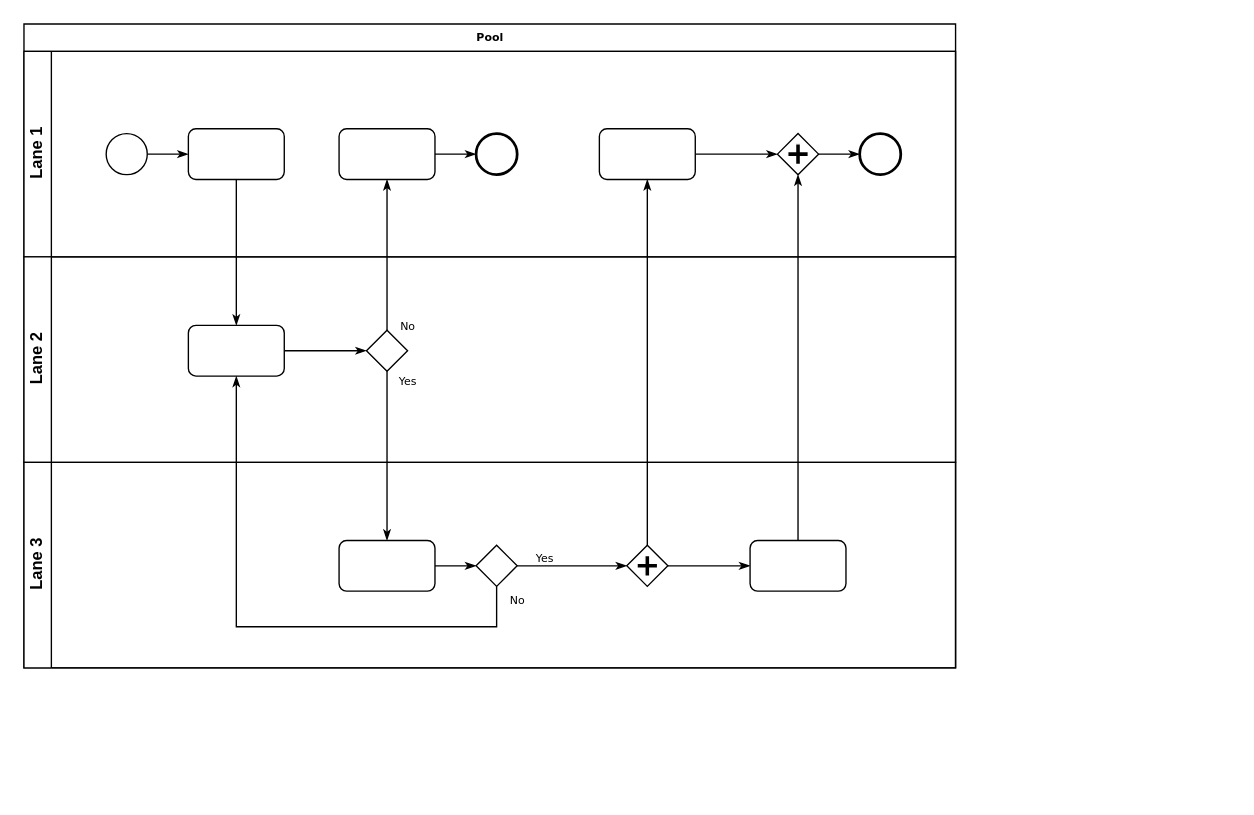
This is Untitled Diagram.drawio from weedavedev/pathway, a draw.io file, before an edit. Source tidied: cells renumbered, new cells numbered last; positions are measured from the earlier drawing's top-left corner, leaving out a move shared by most shapes. Both pictures are drawn from the tidied source at 137%, with x=0, y=0 at pixel (23, 23).
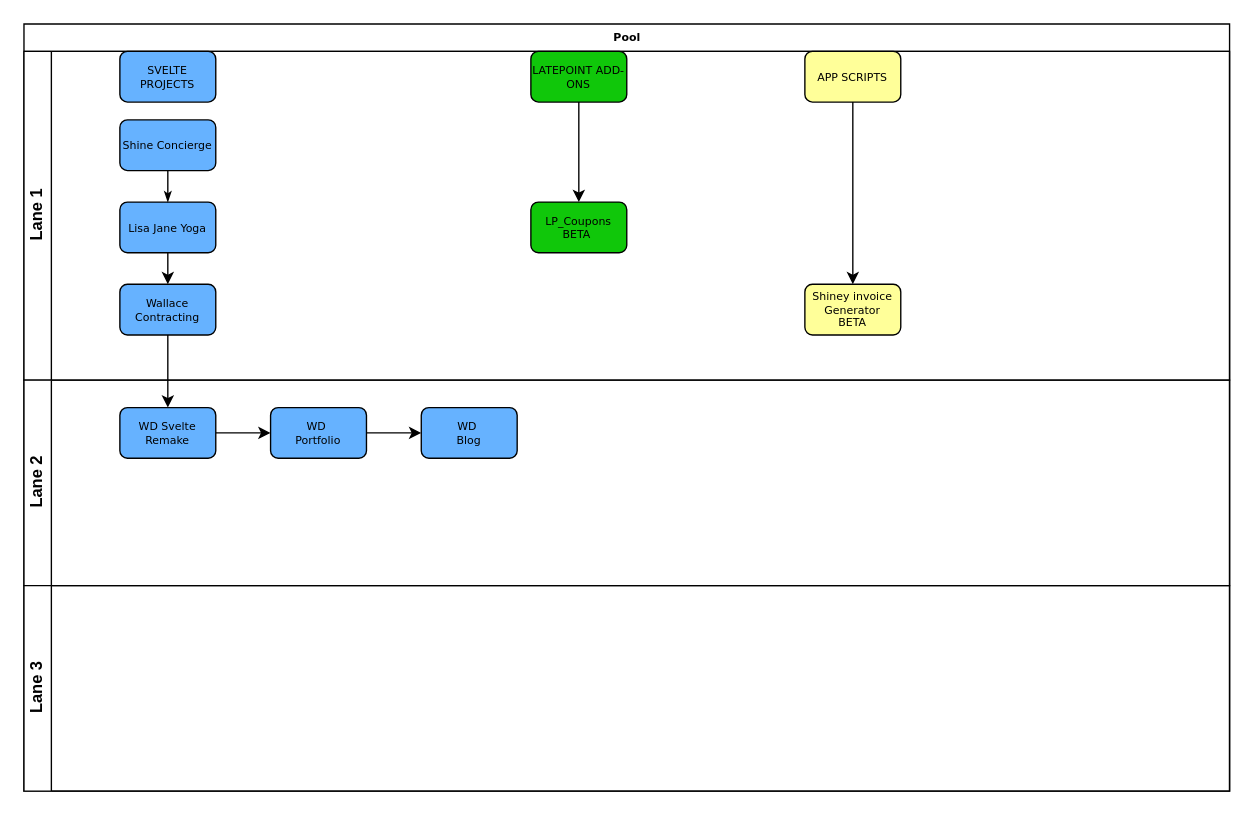
Above is the later version.

Commit message:
Stage one DRAFT

Diff of the diagram source:
```diff
@@
     <mxCell id="2" value="Pool" style="swimlane;html=1;horizontal=1;startSize=20;rounded=0;shadow=0;labelBackgroundColor=none;strokeWidth=1;fontFamily=Verdana;fontSize=8;align=center;" parent="1" vertex="1">
-      <mxGeometry width="680" height="470" as="geometry" />
+      <mxGeometry width="880" height="560" as="geometry" />
     </mxCell>
     <mxCell id="3" value="Lane 1" style="swimlane;html=1;startSize=20;horizontal=0;" parent="2" vertex="1">
-      <mxGeometry y="20" width="680" height="150" as="geometry" />
+      <mxGeometry y="20" width="880" height="240" as="geometry" />
     </mxCell>
-    <mxCell id="4" style="edgeStyle=orthogonalEdgeStyle;rounded=0;html=1;labelBackgroundColor=none;startArrow=none;startFill=0;startSize=5;endArrow=classicThin;endFill=1;endSize=5;jettySize=auto;strokeWidth=1;fontFamily=Verdana;fontSize=8;" parent="3" edge="1" source="5" target="6">
-      <mxGeometry relative="1" as="geometry" />
-    </mxCell>
-    <mxCell id="5" style="ellipse;whiteSpace=wrap;html=1;rounded=0;shadow=0;labelBackgroundColor=none;strokeWidth=1;fontFamily=Verdana;fontSize=8;align=center;" parent="3" vertex="1">
-      <mxGeometry x="60" y="60" width="30" height="30" as="geometry" />
-    </mxCell>
-    <mxCell id="6" style="rounded=1;whiteSpace=wrap;html=1;shadow=0;labelBackgroundColor=none;strokeWidth=1;fontFamily=Verdana;fontSize=8;align=center;" parent="3" vertex="1">
-      <mxGeometry x="120" y="56.5" width="70" height="37" as="geometry" />
+    <mxCell id="6" value="Shine Concierge" style="rounded=1;whiteSpace=wrap;html=1;shadow=0;labelBackgroundColor=none;strokeWidth=1;fontFamily=Verdana;fontSize=8;align=center;fillColor=#66B2FF;" parent="3" vertex="1">
+      <mxGeometry x="70" y="50" width="70" height="37" as="geometry" />
     </mxCell>
-    <mxCell id="7" style="edgeStyle=orthogonalEdgeStyle;rounded=0;html=1;labelBackgroundColor=none;startArrow=none;startFill=0;startSize=5;endArrow=classicThin;endFill=1;endSize=5;jettySize=auto;strokeWidth=1;fontFamily=Verdana;fontSize=8;" parent="3" edge="1" source="8" target="9">
-      <mxGeometry relative="1" as="geometry" />
-    </mxCell>
-    <mxCell id="8" style="rounded=1;whiteSpace=wrap;html=1;shadow=0;labelBackgroundColor=none;strokeWidth=1;fontFamily=Verdana;fontSize=8;align=center;" parent="3" vertex="1">
-      <mxGeometry x="230" y="56.5" width="70" height="37" as="geometry" />
-    </mxCell>
-    <mxCell id="9" style="ellipse;whiteSpace=wrap;html=1;rounded=0;shadow=0;labelBackgroundColor=none;strokeWidth=2;fontFamily=Verdana;fontSize=8;align=center;" parent="3" vertex="1">
-      <mxGeometry x="330" y="60" width="30" height="30" as="geometry" />
-    </mxCell>
-    <mxCell id="10" style="edgeStyle=orthogonalEdgeStyle;rounded=0;html=1;entryX=0;entryY=0.5;labelBackgroundColor=none;startArrow=none;startFill=0;startSize=5;endArrow=classicThin;endFill=1;endSize=5;jettySize=auto;strokeWidth=1;fontFamily=Verdana;fontSize=8;" parent="3" edge="1" source="11" target="13">
-      <mxGeometry relative="1" as="geometry" />
-    </mxCell>
-    <mxCell id="11" style="rounded=1;whiteSpace=wrap;html=1;shadow=0;labelBackgroundColor=none;strokeWidth=1;fontFamily=Verdana;fontSize=8;align=center;" parent="3" vertex="1">
-      <mxGeometry x="420" y="56.5" width="70" height="37" as="geometry" />
-    </mxCell>
-    <mxCell id="12" style="edgeStyle=orthogonalEdgeStyle;rounded=0;html=1;labelBackgroundColor=none;startArrow=none;startFill=0;startSize=5;endArrow=classicThin;endFill=1;endSize=5;jettySize=auto;strokeWidth=1;fontFamily=Verdana;fontSize=8;" parent="3" edge="1" source="13" target="14">
-      <mxGeometry relative="1" as="geometry" />
-    </mxCell>
-    <mxCell id="13" style="shape=mxgraph.bpmn.shape;html=1;verticalLabelPosition=bottom;labelBackgroundColor=#ffffff;verticalAlign=top;perimeter=rhombusPerimeter;background=gateway;outline=none;symbol=parallelGw;rounded=1;shadow=0;strokeWidth=1;fontFamily=Verdana;fontSize=8;align=center;" parent="3" vertex="1">
-      <mxGeometry x="550" y="60" width="30" height="30" as="geometry" />
-    </mxCell>
-    <mxCell id="14" style="ellipse;whiteSpace=wrap;html=1;rounded=0;shadow=0;labelBackgroundColor=none;strokeWidth=2;fontFamily=Verdana;fontSize=8;align=center;" parent="3" vertex="1">
-      <mxGeometry x="610" y="60" width="30" height="30" as="geometry" />
-    </mxCell>
+    <mxCell id="33" value="SVELTE PROJECTS" style="rounded=1;whiteSpace=wrap;html=1;shadow=0;labelBackgroundColor=none;strokeWidth=1;fontFamily=Verdana;fontSize=8;align=center;fillColor=#66B2FF;" parent="3" vertex="1">
+      <mxGeometry x="70" width="70" height="37" as="geometry" />
+    </mxCell>
+    <mxCell id="34" style="edgeStyle=orthogonalEdgeStyle;rounded=0;jettySize=auto;html=1;" parent="3" edge="1" source="35" target="37">
+      <mxGeometry relative="1" as="geometry" />
+    </mxCell>
+    <mxCell id="35" value="LATEPOINT ADD-ONS" style="rounded=1;whiteSpace=wrap;html=1;shadow=0;labelBackgroundColor=none;strokeWidth=1;fontFamily=Verdana;fontSize=8;align=center;fillColor=#10C70A;" parent="3" vertex="1">
+      <mxGeometry x="370" width="70" height="37" as="geometry" />
+    </mxCell>
+    <mxCell id="36" value="APP SCRIPTS" style="rounded=1;whiteSpace=wrap;html=1;shadow=0;labelBackgroundColor=none;strokeWidth=1;fontFamily=Verdana;fontSize=8;align=center;fillColor=#FFFF99;" parent="3" vertex="1">
+      <mxGeometry x="570" width="70" height="37" as="geometry" />
+    </mxCell>
+    <mxCell id="37" value="LP_Coupons&lt;br&gt;BETA&amp;nbsp;" style="rounded=1;whiteSpace=wrap;html=1;shadow=0;labelBackgroundColor=none;strokeWidth=1;fontFamily=Verdana;fontSize=8;align=center;fillColor=#10C70A;" parent="3" vertex="1">
+      <mxGeometry x="370" y="110" width="70" height="37" as="geometry" />
+    </mxCell>
+    <mxCell id="17" value="Lisa Jane Yoga" style="rounded=1;whiteSpace=wrap;html=1;shadow=0;labelBackgroundColor=none;strokeWidth=1;fontFamily=Verdana;fontSize=8;align=center;fillColor=#66B2FF;" parent="3" vertex="1">
+      <mxGeometry x="70" y="110" width="70" height="37" as="geometry" />
+    </mxCell>
+    <mxCell id="27" style="edgeStyle=orthogonalEdgeStyle;rounded=0;html=1;labelBackgroundColor=none;startArrow=none;startFill=0;startSize=5;endArrow=classicThin;endFill=1;endSize=5;jettySize=auto;strokeWidth=1;fontFamily=Verdana;fontSize=8;" parent="3" edge="1" source="6" target="17">
+      <mxGeometry relative="1" as="geometry" />
+    </mxCell>
+    <mxCell id="38" value="Wallace Contracting" style="rounded=1;whiteSpace=wrap;html=1;shadow=0;labelBackgroundColor=none;strokeWidth=1;fontFamily=Verdana;fontSize=8;align=center;fillColor=#66B2FF;" parent="3" vertex="1">
+      <mxGeometry x="70" y="170" width="70" height="37" as="geometry" />
+    </mxCell>
+    <mxCell id="39" style="endArrow=classic;html=1;rounded=0;exitX=0.5;exitY=1;exitDx=0;exitDy=0;entryX=0.5;entryY=0;entryDx=0;entryDy=0;" parent="3" edge="1" source="17" target="38">
+      <mxGeometry relative="1" as="geometry" />
+    </mxCell>
+    <mxCell id="40" value="Shiney invoice Generator&lt;br&gt;BETA" style="rounded=1;whiteSpace=wrap;html=1;shadow=0;labelBackgroundColor=none;strokeWidth=1;fontFamily=Verdana;fontSize=8;align=center;fillColor=#FFFF99;" parent="3" vertex="1">
+      <mxGeometry x="570" y="170" width="70" height="37" as="geometry" />
+    </mxCell>
+    <mxCell id="41" style="edgeStyle=orthogonalEdgeStyle;rounded=0;jettySize=auto;html=1;entryX=0.5;entryY=0;entryDx=0;entryDy=0;" parent="3" edge="1" source="36" target="40">
+      <mxGeometry relative="1" as="geometry" />
+    </mxCell>
     <mxCell id="15" value="Lane 2" style="swimlane;html=1;startSize=20;horizontal=0;" parent="2" vertex="1">
-      <mxGeometry y="170" width="680" height="150" as="geometry" />
+      <mxGeometry y="260" width="880" height="150" as="geometry" />
     </mxCell>
-    <mxCell id="16" style="edgeStyle=orthogonalEdgeStyle;rounded=0;html=1;labelBackgroundColor=none;startArrow=none;startFill=0;startSize=5;endArrow=classicThin;endFill=1;endSize=5;jettySize=auto;strokeWidth=1;fontFamily=Verdana;fontSize=8;" parent="15" edge="1" source="17" target="18">
-      <mxGeometry relative="1" as="geometry" />
-    </mxCell>
-    <mxCell id="17" style="rounded=1;whiteSpace=wrap;html=1;shadow=0;labelBackgroundColor=none;strokeWidth=1;fontFamily=Verdana;fontSize=8;align=center;" parent="15" vertex="1">
-      <mxGeometry x="120" y="50" width="70" height="37" as="geometry" />
-    </mxCell>
-    <mxCell id="18" style="strokeWidth=1;html=1;shape=mxgraph.flowchart.decision;whiteSpace=wrap;rounded=1;shadow=0;labelBackgroundColor=none;fontFamily=Verdana;fontSize=8;align=center;" parent="15" vertex="1">
-      <mxGeometry x="250" y="53.5" width="30" height="30" as="geometry" />
-    </mxCell>
+    <mxCell id="42" style="edgeStyle=orthogonalEdgeStyle;rounded=0;jettySize=auto;html=1;" parent="15" edge="1" source="43" target="45">
+      <mxGeometry relative="1" as="geometry" />
+    </mxCell>
+    <mxCell id="43" value="WD Svelte Remake" style="rounded=1;whiteSpace=wrap;html=1;shadow=0;labelBackgroundColor=none;strokeWidth=1;fontFamily=Verdana;fontSize=8;align=center;fillColor=#66B2FF;" parent="15" vertex="1">
+      <mxGeometry x="70" y="20" width="70" height="37" as="geometry" />
+    </mxCell>
+    <mxCell id="44" style="edgeStyle=orthogonalEdgeStyle;rounded=0;jettySize=auto;html=1;" parent="15" edge="1" source="45" target="46">
+      <mxGeometry relative="1" as="geometry" />
+    </mxCell>
+    <mxCell id="45" value="WD&amp;nbsp;&lt;br&gt;Portfolio" style="rounded=1;whiteSpace=wrap;html=1;shadow=0;labelBackgroundColor=none;strokeWidth=1;fontFamily=Verdana;fontSize=8;align=center;fillColor=#66B2FF;" parent="15" vertex="1">
+      <mxGeometry x="180" y="20" width="70" height="37" as="geometry" />
+    </mxCell>
+    <mxCell id="46" value="WD&amp;nbsp;&lt;br&gt;Blog" style="rounded=1;whiteSpace=wrap;html=1;shadow=0;labelBackgroundColor=none;strokeWidth=1;fontFamily=Verdana;fontSize=8;align=center;fillColor=#66B2FF;" parent="15" vertex="1">
+      <mxGeometry x="290" y="20" width="70" height="37" as="geometry" />
+    </mxCell>
     <mxCell id="19" value="Lane 3" style="swimlane;html=1;startSize=20;horizontal=0;" parent="2" vertex="1">
-      <mxGeometry y="320" width="680" height="150" as="geometry" />
+      <mxGeometry y="410" width="880" height="150" as="geometry" />
     </mxCell>
-    <mxCell id="20" style="edgeStyle=orthogonalEdgeStyle;rounded=0;html=1;labelBackgroundColor=none;startArrow=none;startFill=0;startSize=5;endArrow=classicThin;endFill=1;endSize=5;jettySize=auto;strokeWidth=1;fontFamily=Verdana;fontSize=8;" parent="19" edge="1" source="21" target="23">
-      <mxGeometry relative="1" as="geometry" />
-    </mxCell>
-    <mxCell id="21" style="rounded=1;whiteSpace=wrap;html=1;shadow=0;labelBackgroundColor=none;strokeWidth=1;fontFamily=Verdana;fontSize=8;align=center;" parent="19" vertex="1">
-      <mxGeometry x="230" y="57" width="70" height="37" as="geometry" />
-    </mxCell>
-    <mxCell id="22" value="Yes" style="edgeStyle=orthogonalEdgeStyle;rounded=0;html=1;entryX=0;entryY=0.5;labelBackgroundColor=none;startArrow=none;startFill=0;startSize=5;endArrow=classicThin;endFill=1;endSize=5;jettySize=auto;strokeWidth=1;fontFamily=Verdana;fontSize=8;" parent="19" edge="1" source="23" target="25">
-      <mxGeometry x="-0.5" y="6" relative="1" as="geometry" />
-    </mxCell>
-    <mxCell id="23" style="strokeWidth=1;html=1;shape=mxgraph.flowchart.decision;whiteSpace=wrap;rounded=1;shadow=0;labelBackgroundColor=none;fontFamily=Verdana;fontSize=8;align=center;" parent="19" vertex="1">
-      <mxGeometry x="330" y="60.5" width="30" height="30" as="geometry" />
-    </mxCell>
-    <mxCell id="24" style="edgeStyle=orthogonalEdgeStyle;rounded=0;html=1;labelBackgroundColor=none;startArrow=none;startFill=0;startSize=5;endArrow=classicThin;endFill=1;endSize=5;jettySize=auto;strokeColor=#000000;strokeWidth=1;fontFamily=Verdana;fontSize=8;fontColor=#000000;" parent="19" edge="1" source="25" target="26">
-      <mxGeometry relative="1" as="geometry" />
-    </mxCell>
-    <mxCell id="25" style="shape=mxgraph.bpmn.shape;html=1;verticalLabelPosition=bottom;labelBackgroundColor=#ffffff;verticalAlign=top;perimeter=rhombusPerimeter;background=gateway;outline=none;symbol=parallelGw;rounded=1;shadow=0;strokeWidth=1;fontFamily=Verdana;fontSize=8;align=center;" parent="19" vertex="1">
-      <mxGeometry x="440" y="60.5" width="30" height="30" as="geometry" />
-    </mxCell>
-    <mxCell id="26" style="rounded=1;whiteSpace=wrap;html=1;shadow=0;labelBackgroundColor=none;strokeWidth=1;fontFamily=Verdana;fontSize=8;align=center;" parent="19" vertex="1">
-      <mxGeometry x="530" y="57" width="70" height="37" as="geometry" />
-    </mxCell>
-    <mxCell id="27" style="edgeStyle=orthogonalEdgeStyle;rounded=0;html=1;labelBackgroundColor=none;startArrow=none;startFill=0;startSize=5;endArrow=classicThin;endFill=1;endSize=5;jettySize=auto;strokeWidth=1;fontFamily=Verdana;fontSize=8;" parent="2" edge="1" source="6" target="17">
-      <mxGeometry relative="1" as="geometry" />
-    </mxCell>
-    <mxCell id="28" value="No" style="edgeStyle=orthogonalEdgeStyle;rounded=0;html=1;labelBackgroundColor=none;startArrow=none;startFill=0;startSize=5;endArrow=classicThin;endFill=1;endSize=5;jettySize=auto;strokeWidth=1;fontFamily=Verdana;fontSize=8;" parent="2" edge="1" source="18" target="8">
-      <mxGeometry x="-0.94" y="-15" relative="1" as="geometry" />
-    </mxCell>
-    <mxCell id="29" value="Yes" style="edgeStyle=orthogonalEdgeStyle;rounded=0;html=1;labelBackgroundColor=none;startArrow=none;startFill=0;startSize=5;endArrow=classicThin;endFill=1;endSize=5;jettySize=auto;strokeWidth=1;fontFamily=Verdana;fontSize=8;" parent="2" edge="1" source="18" target="21">
-      <mxGeometry x="-0.89" y="15" relative="1" as="geometry" />
-    </mxCell>
-    <mxCell id="30" style="edgeStyle=orthogonalEdgeStyle;rounded=0;html=1;entryX=0.5;entryY=1;labelBackgroundColor=none;startArrow=none;startFill=0;startSize=5;endArrow=classicThin;endFill=1;endSize=5;jettySize=auto;strokeWidth=1;fontFamily=Verdana;fontSize=8;" parent="2" edge="1" source="26" target="13">
-      <mxGeometry relative="1" as="geometry" />
-    </mxCell>
-    <mxCell id="31" value="No" style="edgeStyle=orthogonalEdgeStyle;rounded=0;html=1;labelBackgroundColor=none;startArrow=none;startFill=0;startSize=5;endArrow=classicThin;endFill=1;endSize=5;jettySize=auto;strokeWidth=1;fontFamily=Verdana;fontSize=8;" parent="2" edge="1" source="23" target="17">
-      <mxGeometry x="-0.95" y="15" relative="1" as="geometry">
-        <Array as="points">
-          <mxPoint x="345" y="440" />
-          <mxPoint x="155" y="440" />
-        </Array>
-      </mxGeometry>
-    </mxCell>
-    <mxCell id="32" style="edgeStyle=orthogonalEdgeStyle;rounded=0;html=1;labelBackgroundColor=none;startArrow=none;startFill=0;startSize=5;endArrow=classicThin;endFill=1;endSize=5;jettySize=auto;strokeWidth=1;fontFamily=Verdana;fontSize=8;" parent="2" edge="1" source="25" target="11">
-      <mxGeometry relative="1" as="geometry" />
-    </mxCell>
+    <mxCell id="47" style="edgeStyle=orthogonalEdgeStyle;rounded=0;jettySize=auto;html=1;entryX=0.5;entryY=0;entryDx=0;entryDy=0;" parent="2" edge="1" source="38" target="43">
+      <mxGeometry relative="1" as="geometry" />
+    </mxCell>
```
